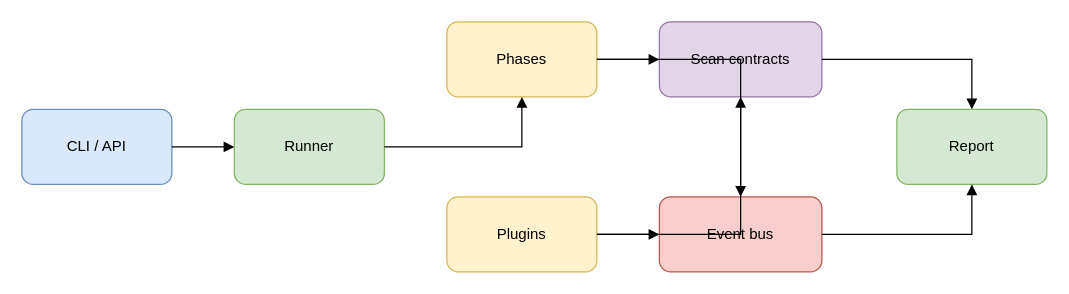
The draw.io diagram page "Runtime Flow" (1 of 2) of docs/assets/venom-architecture.drawio in ITherso/termivar, before the edit. Source tidied: cells renumbered, new cells numbered last; positions are measured from the earlier drawing's top-left corner, leaving out a move shared by most shapes. Both pictures are drawn from the tidied source at 125%, with x=0, y=0 at pixel (21, 21).
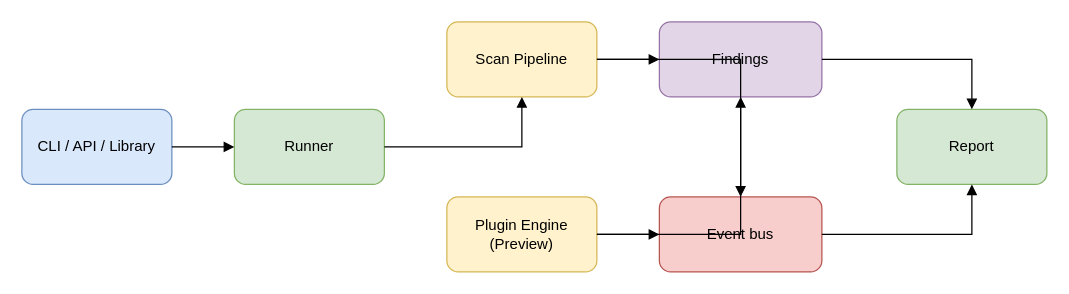
The same diagram, later.

Diff of the diagram source:
```diff
@@
 <mxGraphModel>
   <root>
     <mxCell id="0" />
     <mxCell id="1" parent="0" />
-    <mxCell id="2" value="CLI / API" style="rounded=1;whiteSpace=wrap;html=1;fillColor=#dae8fc;strokeColor=#6c8ebf;" parent="1" vertex="1">
+    <mxCell id="2" value="CLI / API / Library" style="rounded=1;whiteSpace=wrap;html=1;fillColor=#dae8fc;strokeColor=#6c8ebf;" parent="1" vertex="1">
       <mxGeometry y="70" width="120" height="60" as="geometry" />
     </mxCell>
     <mxCell id="3" value="Runner" style="rounded=1;whiteSpace=wrap;html=1;fillColor=#d5e8d4;strokeColor=#82b366;" parent="1" vertex="1">
       <mxGeometry x="170" y="70" width="120" height="60" as="geometry" />
     </mxCell>
-    <mxCell id="4" value="Phases" style="rounded=1;whiteSpace=wrap;html=1;fillColor=#fff2cc;strokeColor=#d6b656;" parent="1" vertex="1">
+    <mxCell id="4" value="Scan Pipeline" style="rounded=1;whiteSpace=wrap;html=1;fillColor=#fff2cc;strokeColor=#d6b656;" parent="1" vertex="1">
       <mxGeometry x="340" width="120" height="60" as="geometry" />
     </mxCell>
-    <mxCell id="5" value="Plugins" style="rounded=1;whiteSpace=wrap;html=1;fillColor=#fff2cc;strokeColor=#d6b656;" parent="1" vertex="1">
+    <mxCell id="5" value="Plugin Engine (Preview)" style="rounded=1;whiteSpace=wrap;html=1;fillColor=#fff2cc;strokeColor=#d6b656;" parent="1" vertex="1">
       <mxGeometry x="340" y="140" width="120" height="60" as="geometry" />
     </mxCell>
-    <mxCell id="6" value="Scan contracts" style="rounded=1;whiteSpace=wrap;html=1;fillColor=#e1d5e7;strokeColor=#9673a6;" parent="1" vertex="1">
+    <mxCell id="6" value="Findings" style="rounded=1;whiteSpace=wrap;html=1;fillColor=#e1d5e7;strokeColor=#9673a6;" parent="1" vertex="1">
       <mxGeometry x="510" width="130" height="60" as="geometry" />
     </mxCell>
     <mxCell id="7" value="Event bus" style="rounded=1;whiteSpace=wrap;html=1;fillColor=#f8cecc;strokeColor=#b85450;" parent="1" vertex="1">
       <mxGeometry x="510" y="140" width="130" height="60" as="geometry" />
     </mxCell>
     <mxCell id="8" value="Report" style="rounded=1;whiteSpace=wrap;html=1;fillColor=#d5e8d4;strokeColor=#82b366;" parent="1" vertex="1">
       <mxGeometry x="700" y="70" width="120" height="60" as="geometry" />
     </mxCell>
     <mxCell id="9" style="edgeStyle=orthogonalEdgeStyle;rounded=0;html=1;endArrow=block;" parent="1" edge="1" source="2" target="3">
       <mxGeometry relative="1" as="geometry" />
     </mxCell>
     <mxCell id="10" style="edgeStyle=orthogonalEdgeStyle;rounded=0;html=1;endArrow=block;" parent="1" edge="1" source="3" target="4">
       <mxGeometry relative="1" as="geometry" />
     </mxCell>
     <mxCell id="11" style="edgeStyle=orthogonalEdgeStyle;rounded=0;html=1;endArrow=block;" parent="1" edge="1" source="4" target="6">
       <mxGeometry relative="1" as="geometry" />
     </mxCell>
     <mxCell id="12" style="edgeStyle=orthogonalEdgeStyle;rounded=0;html=1;endArrow=block;" parent="1" edge="1" source="5" target="6">
       <mxGeometry relative="1" as="geometry" />
     </mxCell>
     <mxCell id="13" style="edgeStyle=orthogonalEdgeStyle;rounded=0;html=1;endArrow=block;" parent="1" edge="1" source="4" target="7">
       <mxGeometry relative="1" as="geometry" />
     </mxCell>
     <mxCell id="14" style="edgeStyle=orthogonalEdgeStyle;rounded=0;html=1;endArrow=block;" parent="1" edge="1" source="5" target="7">
       <mxGeometry relative="1" as="geometry" />
     </mxCell>
     <mxCell id="15" style="edgeStyle=orthogonalEdgeStyle;rounded=0;html=1;endArrow=block;" parent="1" edge="1" source="6" target="8">
       <mxGeometry relative="1" as="geometry" />
     </mxCell>
     <mxCell id="16" style="edgeStyle=orthogonalEdgeStyle;rounded=0;html=1;endArrow=block;" parent="1" edge="1" source="7" target="8">
       <mxGeometry relative="1" as="geometry" />
     </mxCell>
   </root>
 </mxGraphModel>
```
